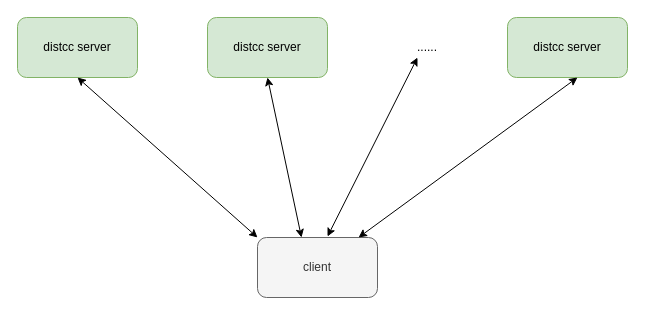
Before: Untitled Diagram.drawio in Allinaent/share, a draw.io diagram. Source tidied: cells renumbered, new cells numbered last; positions are measured from the earlier drawing's top-left corner, leaving out a move shared by most shapes. Both pictures are drawn from the tidied source at 100%, with x=0, y=0 at pixel (17, 17).
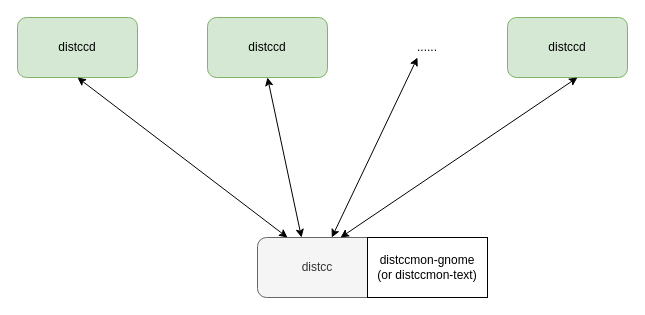
The same page after the edit.

Diff of the diagram source:
```diff
@@
 <mxGraphModel>
   <root>
     <mxCell id="0" />
     <mxCell id="1" parent="0" />
-    <mxCell id="2" value="distcc server" style="rounded=1;whiteSpace=wrap;html=1;fillColor=#d5e8d4;strokeColor=#82b366;" parent="1" vertex="1">
+    <mxCell id="2" value="distccd" style="rounded=1;whiteSpace=wrap;html=1;fillColor=#d5e8d4;strokeColor=#82b366;" parent="1" vertex="1">
       <mxGeometry width="120" height="60" as="geometry" />
     </mxCell>
-    <mxCell id="3" value="distcc server" style="rounded=1;whiteSpace=wrap;html=1;fillColor=#d5e8d4;strokeColor=#82b366;" parent="1" vertex="1">
+    <mxCell id="3" value="distccd" style="rounded=1;whiteSpace=wrap;html=1;fillColor=#d5e8d4;strokeColor=#82b366;" parent="1" vertex="1">
       <mxGeometry x="190" width="120" height="60" as="geometry" />
     </mxCell>
-    <mxCell id="4" value="distcc server" style="rounded=1;whiteSpace=wrap;html=1;fillColor=#d5e8d4;strokeColor=#82b366;" parent="1" vertex="1">
+    <mxCell id="4" value="distccd" style="rounded=1;whiteSpace=wrap;html=1;fillColor=#d5e8d4;strokeColor=#82b366;" parent="1" vertex="1">
       <mxGeometry x="490" width="120" height="60" as="geometry" />
     </mxCell>
-    <mxCell id="5" value="client" style="rounded=1;whiteSpace=wrap;html=1;fillColor=#f5f5f5;strokeColor=#666666;fontColor=#333333;" parent="1" vertex="1">
+    <mxCell id="5" value="distcc" style="rounded=1;whiteSpace=wrap;html=1;fillColor=#f5f5f5;strokeColor=#666666;fontColor=#333333;" parent="1" vertex="1">
       <mxGeometry x="240" y="220" width="120" height="60" as="geometry" />
     </mxCell>
     <mxCell id="6" value="......" style="text;html=1;strokeColor=none;fillColor=none;align=center;verticalAlign=middle;whiteSpace=wrap;rounded=0;" parent="1" vertex="1">
       <mxGeometry x="390" y="20" width="40" height="20" as="geometry" />
     </mxCell>
     <mxCell id="7" style="endArrow=classic;startArrow=classic;html=1;entryX=0.5;entryY=1;entryDx=0;entryDy=0;" parent="1" edge="1" target="3">
       <mxGeometry relative="1" as="geometry">
         <mxPoint x="284" y="220" as="sourcePoint" />
       </mxGeometry>
     </mxCell>
-    <mxCell id="8" style="endArrow=classic;startArrow=classic;html=1;entryX=0.583;entryY=1;entryDx=0;entryDy=0;entryPerimeter=0;" parent="1" edge="1" source="5" target="4">
+    <mxCell id="8" style="endArrow=classic;startArrow=classic;html=1;entryX=0.583;entryY=1;entryDx=0;entryDy=0;entryPerimeter=0;exitX=0.692;exitY=0;exitDx=0;exitDy=0;exitPerimeter=0;" parent="1" edge="1" source="5" target="4">
       <mxGeometry relative="1" as="geometry" />
     </mxCell>
-    <mxCell id="9" style="endArrow=classic;startArrow=classic;html=1;exitX=0;exitY=0;exitDx=0;exitDy=0;entryX=0.5;entryY=1;entryDx=0;entryDy=0;" parent="1" edge="1" source="5" target="2">
+    <mxCell id="9" style="endArrow=classic;startArrow=classic;html=1;exitX=0.25;exitY=0;exitDx=0;exitDy=0;entryX=0.5;entryY=1;entryDx=0;entryDy=0;" parent="1" edge="1" source="5" target="2">
       <mxGeometry relative="1" as="geometry" />
     </mxCell>
-    <mxCell id="10" style="endArrow=classic;startArrow=classic;html=1;entryX=0.25;entryY=1;entryDx=0;entryDy=0;" parent="1" edge="1" target="6">
-      <mxGeometry relative="1" as="geometry">
-        <mxPoint x="310" y="219" as="sourcePoint" />
-      </mxGeometry>
+    <mxCell id="10" style="endArrow=classic;startArrow=classic;html=1;entryX=0.25;entryY=1;entryDx=0;entryDy=0;" parent="1" edge="1" source="5" target="6">
+      <mxGeometry relative="1" as="geometry" />
     </mxCell>
+    <mxCell id="11" value="&lt;div&gt;distccmon-gnome&lt;/div&gt;&lt;div&gt;(or distccmon-text)&lt;br&gt;&lt;/div&gt;" style="rounded=0;whiteSpace=wrap;html=1;" parent="1" vertex="1">
+      <mxGeometry x="350" y="220" width="120" height="60" as="geometry" />
+    </mxCell>
   </root>
 </mxGraphModel>
```
